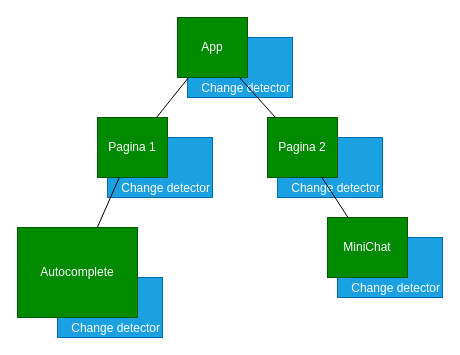
This is page "Branch prediction" (2 of 2) of tekeningetjes.drawio from dinilimento/angular-befrank-2021, a draw.io file, before an edit. Source tidied: cells renumbered, new cells numbered last; positions are measured from the earlier drawing's top-left corner, leaving out a move shared by most shapes. Both pictures are drawn from the tidied source at 100%, with x=0, y=0 at pixel (17, 17).
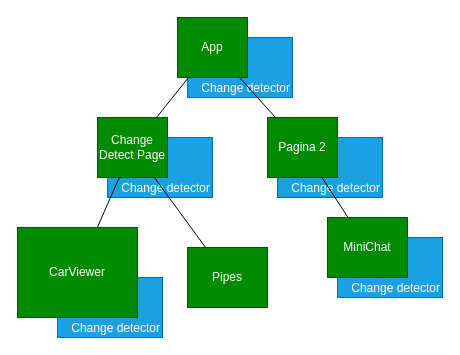
Above is the later version.

Commit message:
Hoort nog bij vorige

Diff of the diagram source:
```diff
@@
 <mxGraphModel>
   <root>
     <mxCell id="0" />
     <mxCell id="1" parent="0" />
     <mxCell id="2" value="Change detector" style="rounded=0;whiteSpace=wrap;html=1;verticalAlign=bottom;align=right;fillColor=#1ba1e2;strokeColor=#006EAF;fontColor=#ffffff;" parent="1" vertex="1">
       <mxGeometry x="40" y="260" width="105" height="60" as="geometry" />
     </mxCell>
     <mxCell id="3" value="Change detector" style="rounded=0;whiteSpace=wrap;html=1;verticalAlign=bottom;align=right;fillColor=#1ba1e2;strokeColor=#006EAF;fontColor=#ffffff;" parent="1" vertex="1">
       <mxGeometry x="90" y="120" width="105" height="60" as="geometry" />
     </mxCell>
     <mxCell id="4" value="Change detector" style="rounded=0;whiteSpace=wrap;html=1;verticalAlign=bottom;align=right;fillColor=#1ba1e2;strokeColor=#006EAF;fontColor=#ffffff;" parent="1" vertex="1">
       <mxGeometry x="170" y="20" width="105" height="60" as="geometry" />
     </mxCell>
     <mxCell id="5" value="Change detector" style="rounded=0;whiteSpace=wrap;html=1;verticalAlign=bottom;align=right;fillColor=#1ba1e2;strokeColor=#006EAF;fontColor=#ffffff;" parent="1" vertex="1">
       <mxGeometry x="260" y="120" width="105" height="60" as="geometry" />
     </mxCell>
     <mxCell id="6" value="Change detector" style="rounded=0;whiteSpace=wrap;html=1;verticalAlign=bottom;align=right;fillColor=#1ba1e2;strokeColor=#006EAF;fontColor=#ffffff;" parent="1" vertex="1">
       <mxGeometry x="320" y="220" width="105" height="60" as="geometry" />
     </mxCell>
     <mxCell id="7" value="App" style="rounded=0;whiteSpace=wrap;html=1;fillColor=#008a00;strokeColor=#005700;fontColor=#ffffff;" parent="1" vertex="1">
       <mxGeometry x="160" width="70" height="60" as="geometry" />
     </mxCell>
     <mxCell id="8" value="Pagina 2" style="rounded=0;whiteSpace=wrap;html=1;fillColor=#008a00;strokeColor=#005700;fontColor=#ffffff;" parent="1" vertex="1">
       <mxGeometry x="250" y="100" width="70" height="60" as="geometry" />
     </mxCell>
-    <mxCell id="9" value="Pagina 1" style="rounded=0;whiteSpace=wrap;html=1;fillColor=#008a00;strokeColor=#005700;fontColor=#ffffff;" parent="1" vertex="1">
+    <mxCell id="9" value="Change Detect Page" style="rounded=0;whiteSpace=wrap;html=1;fillColor=#008a00;strokeColor=#005700;fontColor=#ffffff;" parent="1" vertex="1">
       <mxGeometry x="80" y="100" width="70" height="60" as="geometry" />
     </mxCell>
-    <mxCell id="10" value="Autocomplete" style="rounded=0;whiteSpace=wrap;html=1;fillColor=#008a00;strokeColor=#005700;fontColor=#ffffff;" parent="1" vertex="1">
+    <mxCell id="10" value="CarViewer" style="rounded=0;whiteSpace=wrap;html=1;fillColor=#008a00;strokeColor=#005700;fontColor=#ffffff;" parent="1" vertex="1">
       <mxGeometry y="210" width="120" height="90" as="geometry" />
     </mxCell>
     <mxCell id="11" value="MiniChat" style="rounded=0;whiteSpace=wrap;html=1;fillColor=#008a00;strokeColor=#005700;fontColor=#ffffff;" parent="1" vertex="1">
       <mxGeometry x="310" y="200" width="80" height="60" as="geometry" />
     </mxCell>
     <mxCell id="12" style="endArrow=none;html=1;" parent="1" edge="1" source="10" target="9">
       <mxGeometry relative="1" as="geometry" />
     </mxCell>
     <mxCell id="13" style="endArrow=none;html=1;" parent="1" edge="1" source="9" target="7">
       <mxGeometry relative="1" as="geometry" />
     </mxCell>
     <mxCell id="14" style="endArrow=none;html=1;" parent="1" edge="1" source="8" target="7">
       <mxGeometry relative="1" as="geometry" />
     </mxCell>
     <mxCell id="15" style="endArrow=none;html=1;" parent="1" edge="1" source="11" target="8">
       <mxGeometry relative="1" as="geometry" />
     </mxCell>
+    <mxCell id="16" value="Pipes" style="rounded=0;whiteSpace=wrap;html=1;fillColor=#008a00;strokeColor=#005700;fontColor=#ffffff;" parent="1" vertex="1">
+      <mxGeometry x="170" y="230" width="80" height="60" as="geometry" />
+    </mxCell>
+    <mxCell id="17" style="endArrow=none;html=1;" parent="1" edge="1" source="16" target="9">
+      <mxGeometry relative="1" as="geometry" />
+    </mxCell>
   </root>
 </mxGraphModel>
```
